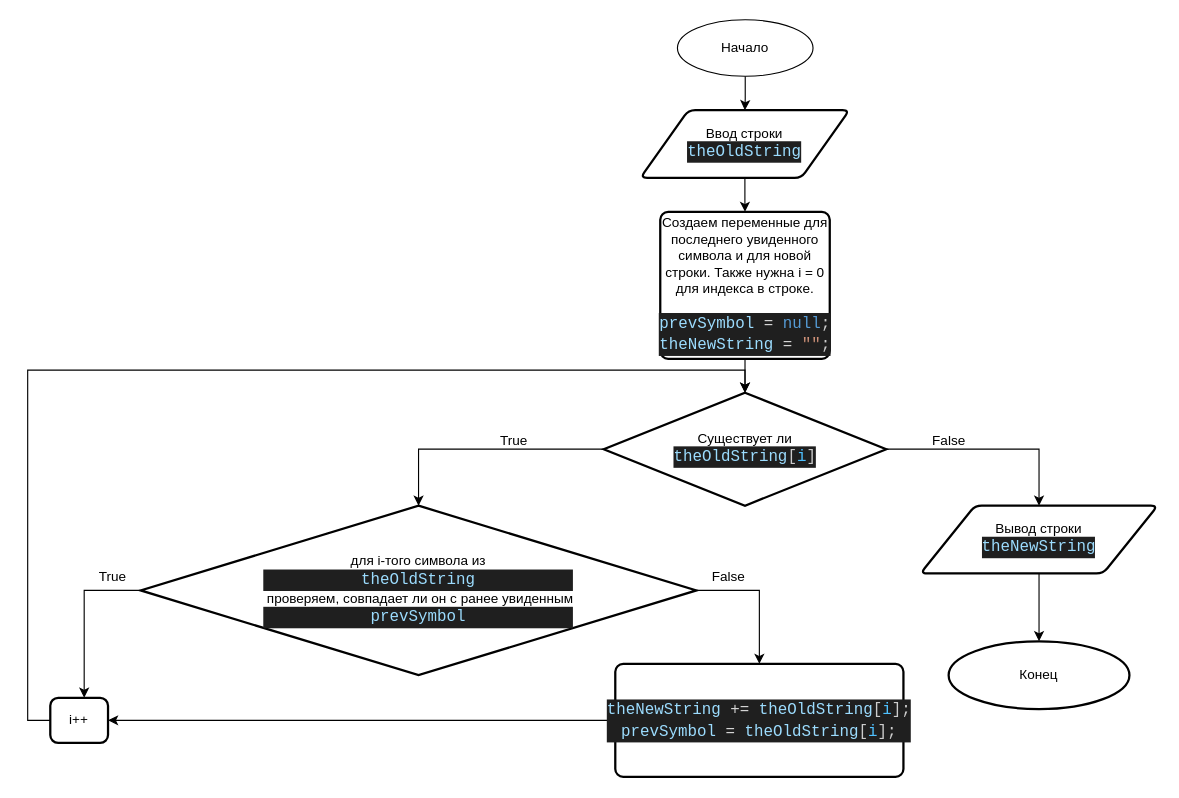
Before: Lr1/Davydov_M_A_24ISz/Diagram.drawio in xqz-my/Lr123, a draw.io diagram. Source tidied: cells renumbered, new cells numbered last; positions are measured from the earlier drawing's top-left corner, leaving out a move shared by most shapes. Both pictures are drawn from the tidied source at 113%, with x=0, y=0 at pixel (27, 19).
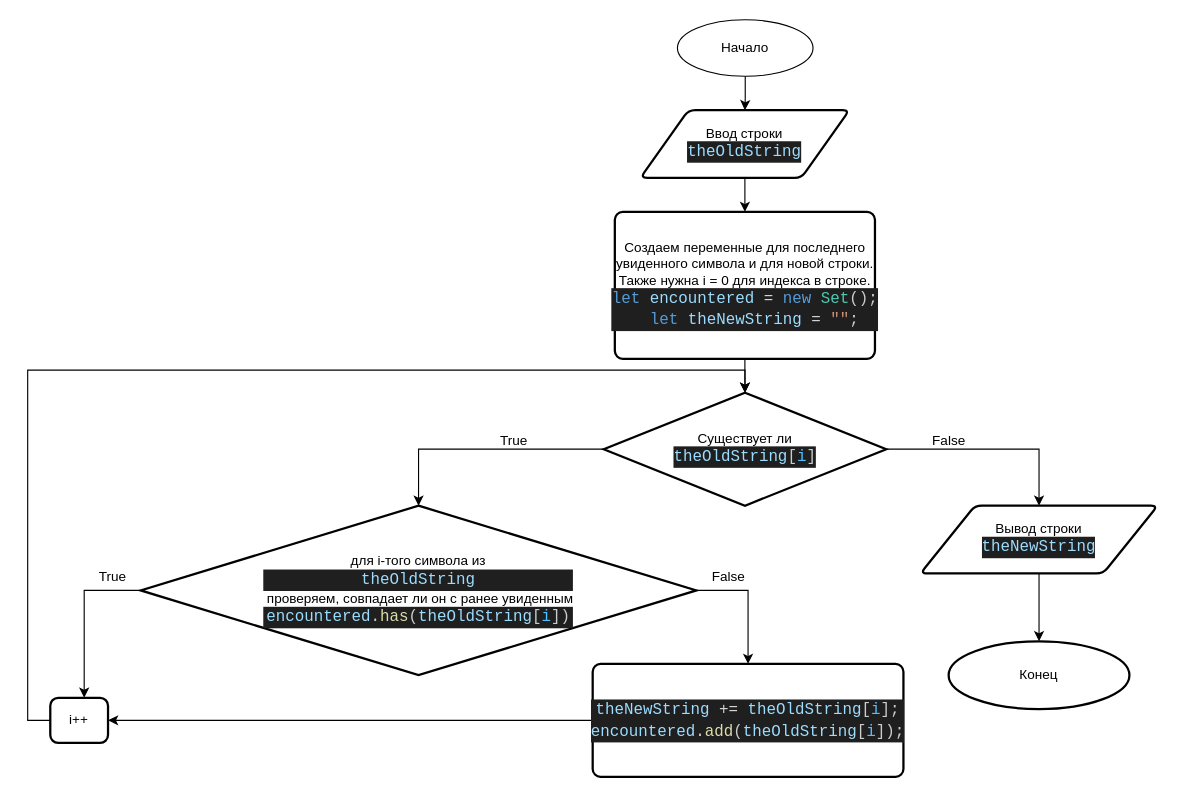
After the change.

What changed in the source:
```diff
@@
-    <mxCell id="7" value="&lt;div&gt;Создаем переменные для последнего увиденного символа и для новой строки. Также нужна i = 0 для индекса в строке.&lt;/div&gt;&lt;div&gt;&lt;br&gt;&lt;/div&gt;&lt;div style=&quot;color: rgb(204, 204, 204); background-color: rgb(31, 31, 31); font-family: Consolas, &amp;quot;Courier New&amp;quot;, monospace; font-weight: normal; font-size: 14px; line-height: 19px; white-space: pre;&quot;&gt;&lt;div&gt;&lt;span style=&quot;color: rgb(156, 220, 254);&quot;&gt;prevSymbol&lt;/span&gt;&lt;span style=&quot;color: rgb(204, 204, 204);&quot;&gt; &lt;/span&gt;&lt;span style=&quot;color: rgb(212, 212, 212);&quot;&gt;=&lt;/span&gt;&lt;span style=&quot;color: rgb(204, 204, 204);&quot;&gt; &lt;/span&gt;&lt;span style=&quot;color: rgb(86, 156, 214);&quot;&gt;null&lt;/span&gt;&lt;span style=&quot;color: rgb(204, 204, 204);&quot;&gt;;&lt;/span&gt;&lt;/div&gt;&lt;div&gt;&lt;span style=&quot;color: rgb(156, 220, 254);&quot;&gt;theNewString&lt;/span&gt;&lt;span style=&quot;color: rgb(204, 204, 204);&quot;&gt; &lt;/span&gt;&lt;span style=&quot;color: rgb(212, 212, 212);&quot;&gt;=&lt;/span&gt;&lt;span style=&quot;color: rgb(204, 204, 204);&quot;&gt; &lt;/span&gt;&lt;span style=&quot;color: rgb(206, 145, 120);&quot;&gt;&quot;&quot;&lt;/span&gt;&lt;span style=&quot;color: rgb(204, 204, 204);&quot;&gt;;&lt;/span&gt;&lt;/div&gt;&lt;/div&gt;" style="rounded=1;whiteSpace=wrap;html=1;absoluteArcSize=1;arcSize=14;strokeWidth=2;" parent="1" vertex="1">
-      <mxGeometry x="559.8" y="170" width="150" height="130" as="geometry" />
+    <mxCell id="7" value="&lt;div&gt;Создаем переменные для последнего увиденного символа и для новой строки. Также нужна i = 0 для индекса в строке.&lt;/div&gt;&lt;div style=&quot;color: #cccccc;background-color: #1f1f1f;font-family: Consolas, 'Courier New', monospace;font-weight: normal;font-size: 14px;line-height: 19px;white-space: pre;&quot;&gt;&lt;div&gt;&lt;span style=&quot;color: #569cd6;&quot;&gt;let&lt;/span&gt;&lt;span style=&quot;color: #cccccc;&quot;&gt; &lt;/span&gt;&lt;span style=&quot;color: #9cdcfe;&quot;&gt;encountered&lt;/span&gt;&lt;span style=&quot;color: #cccccc;&quot;&gt; &lt;/span&gt;&lt;span style=&quot;color: #d4d4d4;&quot;&gt;=&lt;/span&gt;&lt;span style=&quot;color: #cccccc;&quot;&gt; &lt;/span&gt;&lt;span style=&quot;color: #569cd6;&quot;&gt;new&lt;/span&gt;&lt;span style=&quot;color: #cccccc;&quot;&gt; &lt;/span&gt;&lt;span style=&quot;color: #4ec9b0;&quot;&gt;Set&lt;/span&gt;&lt;span style=&quot;color: #cccccc;&quot;&gt;();&lt;/span&gt;&lt;/div&gt;&lt;div&gt;&lt;span style=&quot;color: #cccccc;&quot;&gt;&amp;nbsp; &lt;/span&gt;&lt;span style=&quot;color: #569cd6;&quot;&gt;let&lt;/span&gt;&lt;span style=&quot;color: #cccccc;&quot;&gt; &lt;/span&gt;&lt;span style=&quot;color: #9cdcfe;&quot;&gt;theNewString&lt;/span&gt;&lt;span style=&quot;color: #cccccc;&quot;&gt; &lt;/span&gt;&lt;span style=&quot;color: #d4d4d4;&quot;&gt;=&lt;/span&gt;&lt;span style=&quot;color: #cccccc;&quot;&gt; &lt;/span&gt;&lt;span style=&quot;color: #ce9178;&quot;&gt;&quot;&quot;&lt;/span&gt;&lt;span style=&quot;color: #cccccc;&quot;&gt;;&lt;/span&gt;&lt;/div&gt;&lt;/div&gt;" style="rounded=1;whiteSpace=wrap;html=1;absoluteArcSize=1;arcSize=14;strokeWidth=2;" parent="1" vertex="1">
+      <mxGeometry x="519.6" y="170" width="230.2" height="130" as="geometry" />
     </mxCell>
@@
-    <mxCell id="10" value="для i-того символа из &lt;div style=&quot;color: rgb(204, 204, 204); background-color: rgb(31, 31, 31); font-family: Consolas, &amp;quot;Courier New&amp;quot;, monospace; font-weight: normal; font-size: 14px; line-height: 19px; white-space: pre;&quot;&gt;&lt;div&gt;&lt;span style=&quot;color: rgb(156, 220, 254);&quot;&gt;theOldString&lt;/span&gt;&lt;/div&gt;&lt;/div&gt;&amp;nbsp;проверяем, совпадает ли он с ранее увиденным &lt;br&gt;&lt;div style=&quot;color: rgb(204, 204, 204); background-color: rgb(31, 31, 31); font-family: Consolas, &amp;quot;Courier New&amp;quot;, monospace; font-weight: normal; font-size: 14px; line-height: 19px; white-space: pre;&quot;&gt;&lt;div&gt;&lt;span style=&quot;color: rgb(156, 220, 254);&quot;&gt;prevSymbol&lt;/span&gt;&lt;/div&gt;&lt;/div&gt;" style="strokeWidth=2;html=1;shape=mxgraph.flowchart.decision;whiteSpace=wrap;" parent="1" vertex="1">
+    <mxCell id="10" value="для i-того символа из &lt;div style=&quot;color: rgb(204, 204, 204); background-color: rgb(31, 31, 31); font-family: Consolas, &amp;quot;Courier New&amp;quot;, monospace; font-weight: normal; font-size: 14px; line-height: 19px; white-space: pre;&quot;&gt;&lt;div&gt;&lt;span style=&quot;color: rgb(156, 220, 254);&quot;&gt;theOldString&lt;/span&gt;&lt;/div&gt;&lt;/div&gt;&amp;nbsp;проверяем, совпадает ли он с ранее увиденным &lt;br&gt;&lt;div style=&quot;color: rgb(204, 204, 204); background-color: rgb(31, 31, 31); font-family: Consolas, &amp;quot;Courier New&amp;quot;, monospace; font-weight: normal; font-size: 14px; line-height: 19px; white-space: pre;&quot;&gt;&lt;div&gt;&lt;div style=&quot;color: #cccccc;background-color: #1f1f1f;font-family: Consolas, 'Courier New', monospace;font-weight: normal;font-size: 14px;line-height: 19px;white-space: pre;&quot;&gt;&lt;div&gt;&lt;span style=&quot;color: #9cdcfe;&quot;&gt;encountered&lt;/span&gt;&lt;span style=&quot;color: #cccccc;&quot;&gt;.&lt;/span&gt;&lt;span style=&quot;color: #dcdcaa;&quot;&gt;has&lt;/span&gt;&lt;span style=&quot;color: #cccccc;&quot;&gt;(&lt;/span&gt;&lt;span style=&quot;color: #9cdcfe;&quot;&gt;theOldString&lt;/span&gt;&lt;span style=&quot;color: #cccccc;&quot;&gt;[&lt;/span&gt;&lt;span style=&quot;color: #4fc1ff;&quot;&gt;i&lt;/span&gt;&lt;span style=&quot;color: #cccccc;&quot;&gt;])&lt;/span&gt;&lt;/div&gt;&lt;/div&gt;&lt;/div&gt;&lt;/div&gt;" style="strokeWidth=2;html=1;shape=mxgraph.flowchart.decision;whiteSpace=wrap;" parent="1" vertex="1">
       <mxGeometry x="100" y="430" width="491.8" height="150" as="geometry" />
     </mxCell>
@@
-    <mxCell id="19" value="&lt;div style=&quot;color: #cccccc;background-color: #1f1f1f;font-family: Consolas, 'Courier New', monospace;font-weight: normal;font-size: 14px;line-height: 19px;white-space: pre;&quot;&gt;&lt;div&gt;&lt;span style=&quot;color: #9cdcfe;&quot;&gt;theNewString&lt;/span&gt;&lt;span style=&quot;color: #cccccc;&quot;&gt; &lt;/span&gt;&lt;span style=&quot;color: #d4d4d4;&quot;&gt;+=&lt;/span&gt;&lt;span style=&quot;color: #cccccc;&quot;&gt; &lt;/span&gt;&lt;span style=&quot;color: #9cdcfe;&quot;&gt;theOldString&lt;/span&gt;&lt;span style=&quot;color: #cccccc;&quot;&gt;[&lt;/span&gt;&lt;span style=&quot;color: #4fc1ff;&quot;&gt;i&lt;/span&gt;&lt;span style=&quot;color: #cccccc;&quot;&gt;];&lt;/span&gt;&lt;/div&gt;&lt;div&gt;&lt;span style=&quot;color: #9cdcfe;&quot;&gt;prevSymbol&lt;/span&gt;&lt;span style=&quot;color: #cccccc;&quot;&gt; &lt;/span&gt;&lt;span style=&quot;color: #d4d4d4;&quot;&gt;=&lt;/span&gt;&lt;span style=&quot;color: #cccccc;&quot;&gt; &lt;/span&gt;&lt;span style=&quot;color: #9cdcfe;&quot;&gt;theOldString&lt;/span&gt;&lt;span style=&quot;color: #cccccc;&quot;&gt;[&lt;/span&gt;&lt;span style=&quot;color: #4fc1ff;&quot;&gt;i&lt;/span&gt;&lt;span style=&quot;color: #cccccc;&quot;&gt;];&lt;/span&gt;&lt;/div&gt;&lt;/div&gt;" style="rounded=1;whiteSpace=wrap;html=1;absoluteArcSize=1;arcSize=14;strokeWidth=2;" parent="1" vertex="1">
-      <mxGeometry x="520" y="570" width="255" height="100" as="geometry" />
+    <mxCell id="19" value="&lt;div style=&quot;color: #cccccc;background-color: #1f1f1f;font-family: Consolas, 'Courier New', monospace;font-weight: normal;font-size: 14px;line-height: 19px;white-space: pre;&quot;&gt;&lt;div&gt;&lt;span style=&quot;color: #9cdcfe;&quot;&gt;theNewString&lt;/span&gt;&lt;span style=&quot;color: #cccccc;&quot;&gt; &lt;/span&gt;&lt;span style=&quot;color: #d4d4d4;&quot;&gt;+=&lt;/span&gt;&lt;span style=&quot;color: #cccccc;&quot;&gt; &lt;/span&gt;&lt;span style=&quot;color: #9cdcfe;&quot;&gt;theOldString&lt;/span&gt;&lt;span style=&quot;color: #cccccc;&quot;&gt;[&lt;/span&gt;&lt;span style=&quot;color: #4fc1ff;&quot;&gt;i&lt;/span&gt;&lt;span style=&quot;color: #cccccc;&quot;&gt;];&lt;/span&gt;&lt;/div&gt;&lt;div&gt;&lt;span style=&quot;color: #9cdcfe;&quot;&gt;encountered&lt;/span&gt;&lt;span style=&quot;color: #cccccc;&quot;&gt;.&lt;/span&gt;&lt;span style=&quot;color: #dcdcaa;&quot;&gt;add&lt;/span&gt;&lt;span style=&quot;color: #cccccc;&quot;&gt;(&lt;/span&gt;&lt;span style=&quot;color: #9cdcfe;&quot;&gt;theOldString&lt;/span&gt;&lt;span style=&quot;color: #cccccc;&quot;&gt;[&lt;/span&gt;&lt;span style=&quot;color: #4fc1ff;&quot;&gt;i&lt;/span&gt;&lt;span style=&quot;color: #cccccc;&quot;&gt;]);&lt;/span&gt;&lt;/div&gt;&lt;/div&gt;" style="rounded=1;whiteSpace=wrap;html=1;absoluteArcSize=1;arcSize=14;strokeWidth=2;" parent="1" vertex="1">
+      <mxGeometry x="500" y="570" width="275" height="100" as="geometry" />
     </mxCell>
```
